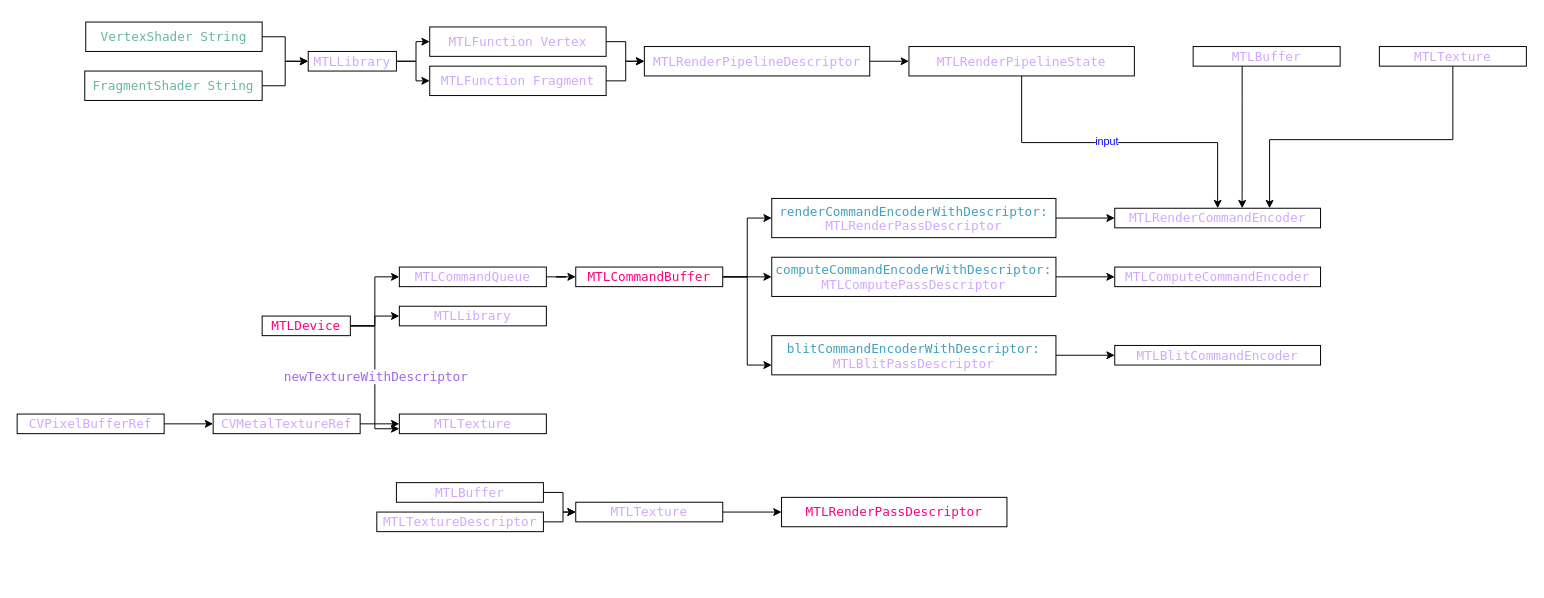
Earlier version of the draw.io diagram MetalRender.drawio (loleng/mediatools). Source tidied: cells renumbered, new cells numbered last; positions are measured from the earlier drawing's top-left corner, leaving out a move shared by most shapes. Both pictures are drawn from the tidied source at 98%, with x=0, y=0 at pixel (17, 17).
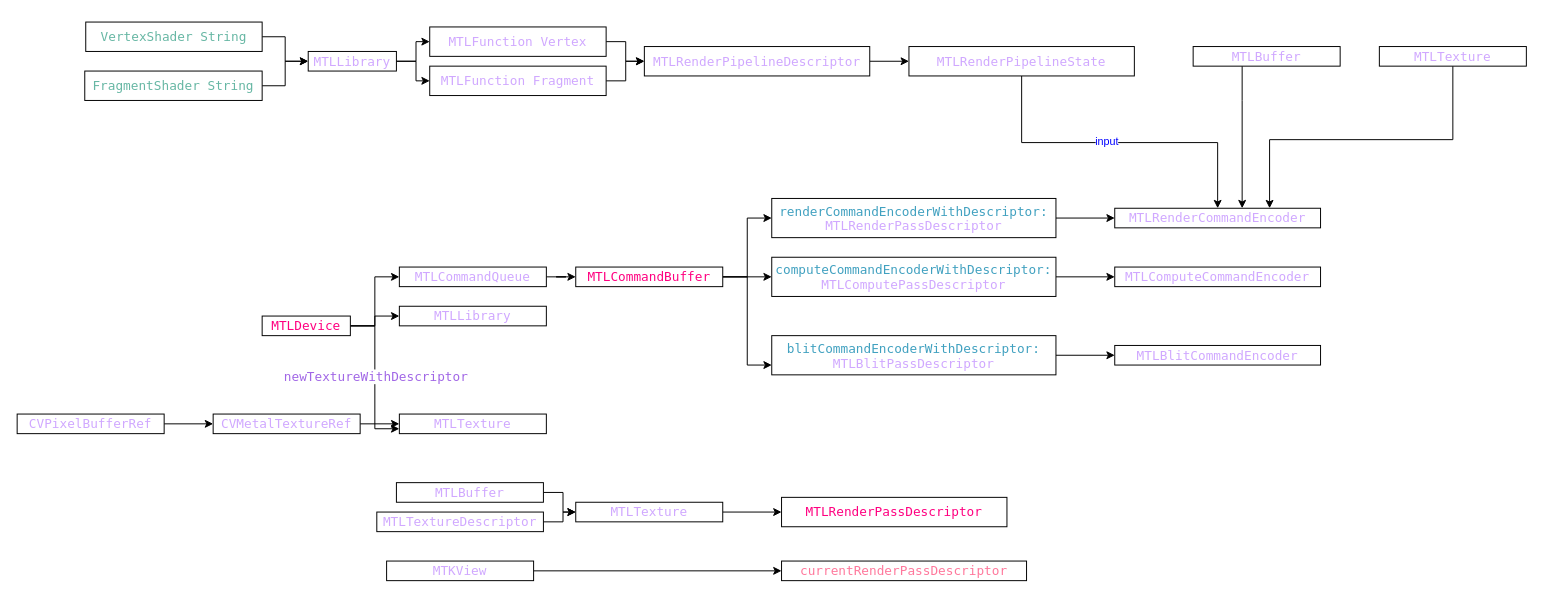
The same diagram, later.

What changed in the source:
```diff
@@
+    <mxCell id="56" style="edgeStyle=orthogonalEdgeStyle;rounded=0;jettySize=auto;html=1;" parent="1" edge="1" source="57" target="58">
+      <mxGeometry relative="1" as="geometry" />
+    </mxCell>
+    <mxCell id="57" value="&lt;p style=&quot;margin: 0px ; font-stretch: normal ; font-size: 13px ; line-height: normal ; font-family: &amp;#34;menlo&amp;#34; ; color: rgb(208 , 168 , 255)&quot;&gt;&lt;span style=&quot;text-align: left&quot;&gt;MTKView&lt;/span&gt;&lt;br&gt;&lt;/p&gt;" style="whiteSpace=wrap;html=1;labelBackgroundColor=#ffffff;" parent="1" vertex="1">
+      <mxGeometry x="377" y="555" width="150" height="20" as="geometry" />
+    </mxCell>
+    <mxCell id="58" value="&lt;p style=&quot;margin: 0px; font-stretch: normal; font-size: 13px; line-height: normal; font-family: menlo;&quot;&gt;currentRenderPassDescriptor&lt;/p&gt;" style="whiteSpace=wrap;html=1;labelBackgroundColor=#FFFFFF;fontColor=#FF789C;" parent="1" vertex="1">
+      <mxGeometry x="780" y="555" width="250" height="20" as="geometry" />
+    </mxCell>
```
